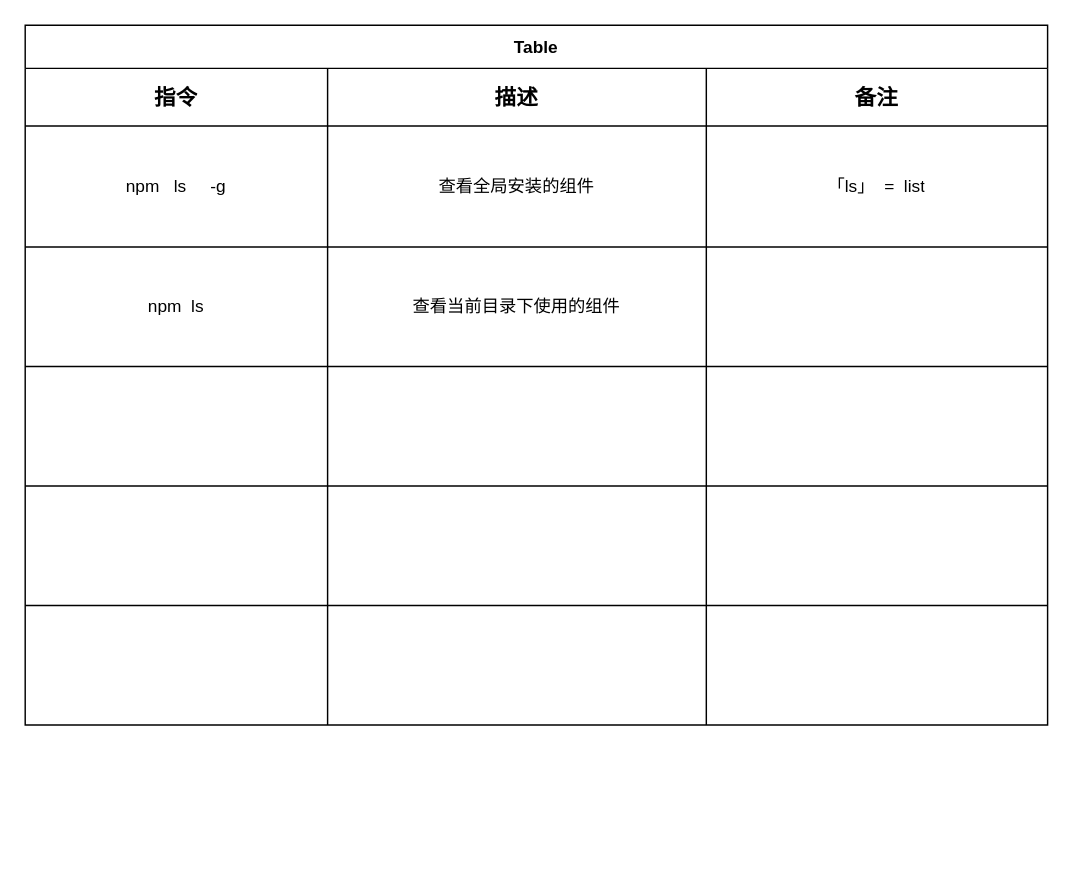
Before: 常用工具指令.drawio in ljq199612/diagram, a draw.io diagram. Source tidied: cells renumbered, new cells numbered last; positions are measured from the earlier drawing's top-left corner, leaving out a move shared by most shapes. Both pictures are drawn from the tidied source at 144%, with x=0, y=0 at pixel (24, 24).
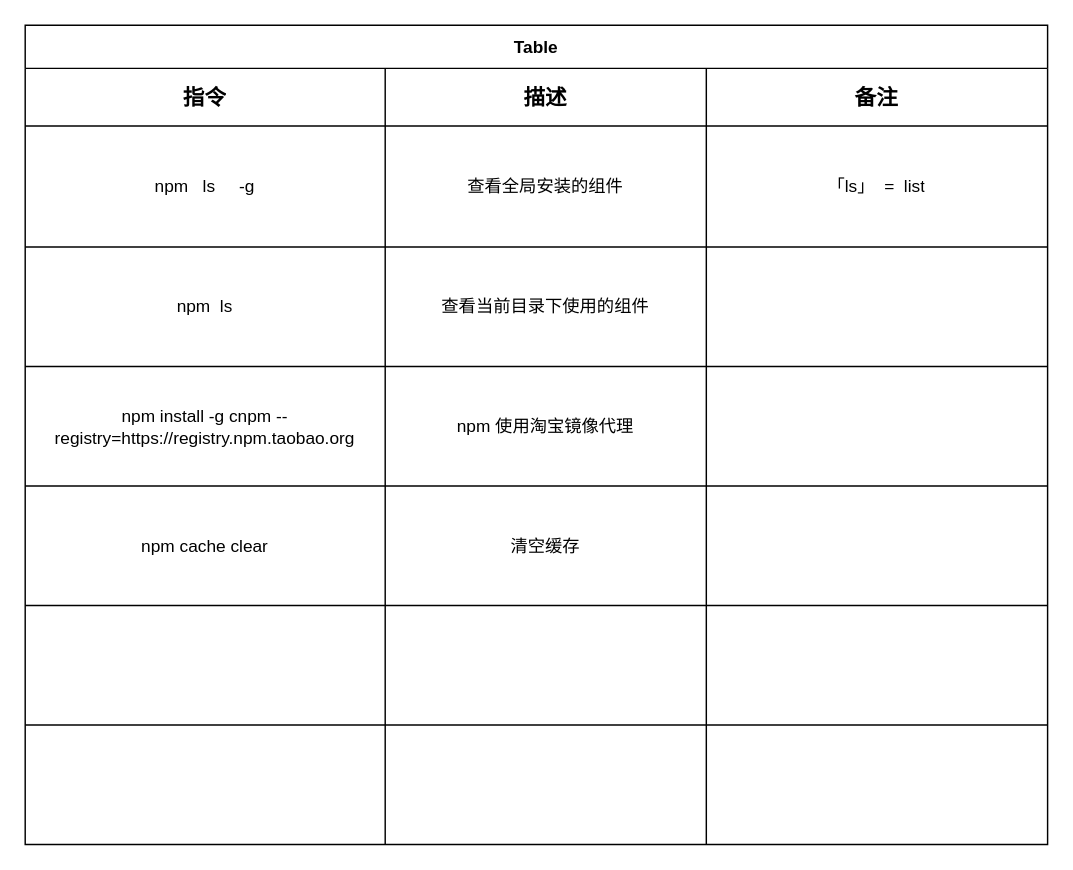
Above is the later version.

Commit message (it also covers changes not shown here):
更新常用工具指令.drawio

The change refers to these unchanged cells:
```xml
<mxCell id="3" style="shape=tableRow;horizontal=0;startSize=0;swimlaneHead=0;swimlaneBody=0;top=0;left=0;bottom=0;right=0;fillColor=none;fontStyle=0;" parent="2" vertex="1">
  <mxGeometry y="30" width="710" height="40" as="geometry" />
</mxCell>
<mxCell id="7" style="shape=tableRow;horizontal=0;startSize=0;swimlaneHead=0;swimlaneBody=0;top=0;left=0;bottom=0;right=0;fillColor=none;" parent="2" vertex="1">
  <mxGeometry y="70" width="710" height="84" as="geometry" />
</mxCell>
<mxCell id="11" style="shape=tableRow;horizontal=0;startSize=0;swimlaneHead=0;swimlaneBody=0;top=0;left=0;bottom=0;right=0;fillColor=none;" parent="2" vertex="1">
  <mxGeometry y="154" width="710" height="83" as="geometry" />
</mxCell>
<mxCell id="19" style="shape=tableRow;horizontal=0;startSize=0;swimlaneHead=0;swimlaneBody=0;top=0;left=0;bottom=0;right=0;fillColor=none;" parent="2" vertex="1">
  <mxGeometry y="320" width="710" height="83" as="geometry" />
</mxCell>
```

Change to the diagram source:
```diff
@@
     <mxCell id="2" value="Table" style="shape=table;startSize=30;childLayout=tableLayout;fontStyle=1;align=center;" parent="1" vertex="1">
-      <mxGeometry width="710" height="486" as="geometry" />
+      <mxGeometry width="710" height="569" as="geometry" />
     </mxCell>
@@
     <mxCell id="4" value="指令" style="shape=partialRectangle;html=1;whiteSpace=wrap;fillColor=none;top=0;left=0;bottom=0;right=0;overflow=hidden;fontStyle=1;fontSize=15;fontFamily=Times New Roman;" parent="3" vertex="1">
-      <mxGeometry width="210" height="40" as="geometry" />
+      <mxGeometry width="250" height="40" as="geometry" />
     </mxCell>
     <mxCell id="5" value="描述" style="shape=partialRectangle;html=1;whiteSpace=wrap;fillColor=none;top=0;left=0;bottom=0;right=0;overflow=hidden;fontStyle=1;fontSize=15;fontFamily=Times New Roman;" parent="3" vertex="1">
-      <mxGeometry x="210" width="263" height="40" as="geometry" />
+      <mxGeometry x="250" width="223" height="40" as="geometry" />
     </mxCell>
@@
     <mxCell id="8" value="npm&amp;nbsp;&amp;nbsp; ls &amp;nbsp; &amp;nbsp; -g" style="shape=partialRectangle;html=1;whiteSpace=wrap;fillColor=none;top=0;left=0;bottom=0;right=0;overflow=hidden;" parent="7" vertex="1">
-      <mxGeometry width="210" height="84" as="geometry" />
+      <mxGeometry width="250" height="84" as="geometry" />
     </mxCell>
     <mxCell id="9" value="查看全局安装的组件" style="shape=partialRectangle;html=1;whiteSpace=wrap;fillColor=none;top=0;left=0;bottom=0;right=0;overflow=hidden;" parent="7" vertex="1">
-      <mxGeometry x="210" width="263" height="84" as="geometry" />
+      <mxGeometry x="250" width="223" height="84" as="geometry" />
     </mxCell>
@@
     <mxCell id="12" value="npm&amp;nbsp; ls" style="shape=partialRectangle;html=1;whiteSpace=wrap;fillColor=none;top=0;left=0;bottom=0;right=0;overflow=hidden;" parent="11" vertex="1">
-      <mxGeometry width="210" height="83" as="geometry" />
+      <mxGeometry width="250" height="83" as="geometry" />
     </mxCell>
     <mxCell id="13" value="查看当前目录下使用的组件" style="shape=partialRectangle;html=1;whiteSpace=wrap;fillColor=none;top=0;left=0;bottom=0;right=0;overflow=hidden;" parent="11" vertex="1">
-      <mxGeometry x="210" width="263" height="83" as="geometry" />
+      <mxGeometry x="250" width="223" height="83" as="geometry" />
     </mxCell>
@@
-    <mxCell id="15" style="shape=tableRow;horizontal=0;startSize=0;swimlaneHead=0;swimlaneBody=0;top=0;left=0;bottom=0;right=0;fillColor=none;" parent="2" vertex="1">
-      <mxGeometry y="237" width="710" height="83" as="geometry" />
-    </mxCell>
-    <mxCell id="16" style="shape=partialRectangle;html=1;whiteSpace=wrap;fillColor=none;top=0;left=0;bottom=0;right=0;overflow=hidden;labelBorderColor=default;" parent="15" vertex="1">
-      <mxGeometry width="210" height="83" as="geometry" />
-    </mxCell>
-    <mxCell id="17" style="shape=partialRectangle;html=1;whiteSpace=wrap;fillColor=none;top=0;left=0;bottom=0;right=0;overflow=hidden;labelBorderColor=default;" parent="15" vertex="1">
-      <mxGeometry x="210" width="263" height="83" as="geometry" />
-    </mxCell>
-    <mxCell id="18" style="shape=partialRectangle;html=1;whiteSpace=wrap;fillColor=none;top=0;left=0;bottom=0;right=0;overflow=hidden;labelBorderColor=default;" parent="15" vertex="1">
-      <mxGeometry x="473" width="237" height="83" as="geometry" />
-    </mxCell>
+    <mxCell id="23" style="shape=tableRow;horizontal=0;startSize=0;swimlaneHead=0;swimlaneBody=0;top=0;left=0;bottom=0;right=0;fillColor=none;" parent="2" vertex="1">
+      <mxGeometry y="237" width="710" height="83" as="geometry" />
+    </mxCell>
+    <mxCell id="24" value="npm install -g cnpm --registry=https://registry.npm.taobao.org" style="shape=partialRectangle;html=1;whiteSpace=wrap;fillColor=none;top=0;left=0;bottom=0;right=0;overflow=hidden;" parent="23" vertex="1">
+      <mxGeometry width="250" height="83" as="geometry" />
+    </mxCell>
+    <mxCell id="25" value="npm 使用淘宝镜像代理" style="shape=partialRectangle;html=1;whiteSpace=wrap;fillColor=none;top=0;left=0;bottom=0;right=0;overflow=hidden;" parent="23" vertex="1">
+      <mxGeometry x="250" width="223" height="83" as="geometry" />
+    </mxCell>
+    <mxCell id="26" style="shape=partialRectangle;html=1;whiteSpace=wrap;fillColor=none;top=0;left=0;bottom=0;right=0;overflow=hidden;" parent="23" vertex="1">
+      <mxGeometry x="473" width="237" height="83" as="geometry" />
+    </mxCell>
@@
-    <mxCell id="20" style="shape=partialRectangle;html=1;whiteSpace=wrap;fillColor=none;top=0;left=0;bottom=0;right=0;overflow=hidden;" parent="19" vertex="1">
-      <mxGeometry width="210" height="83" as="geometry" />
+    <mxCell id="20" value="npm cache clear" style="shape=partialRectangle;html=1;whiteSpace=wrap;fillColor=none;top=0;left=0;bottom=0;right=0;overflow=hidden;" parent="19" vertex="1">
+      <mxGeometry width="250" height="83" as="geometry" />
     </mxCell>
-    <mxCell id="21" style="shape=partialRectangle;html=1;whiteSpace=wrap;fillColor=none;top=0;left=0;bottom=0;right=0;overflow=hidden;" parent="19" vertex="1">
-      <mxGeometry x="210" width="263" height="83" as="geometry" />
+    <mxCell id="21" value="清空缓存" style="shape=partialRectangle;html=1;whiteSpace=wrap;fillColor=none;top=0;left=0;bottom=0;right=0;overflow=hidden;" parent="19" vertex="1">
+      <mxGeometry x="250" width="223" height="83" as="geometry" />
     </mxCell>
@@
-    <mxCell id="23" style="shape=tableRow;horizontal=0;startSize=0;swimlaneHead=0;swimlaneBody=0;top=0;left=0;bottom=0;right=0;fillColor=none;" parent="2" vertex="1">
-      <mxGeometry y="403" width="710" height="83" as="geometry" />
-    </mxCell>
-    <mxCell id="24" style="shape=partialRectangle;html=1;whiteSpace=wrap;fillColor=none;top=0;left=0;bottom=0;right=0;overflow=hidden;" parent="23" vertex="1">
-      <mxGeometry width="210" height="83" as="geometry" />
-    </mxCell>
-    <mxCell id="25" style="shape=partialRectangle;html=1;whiteSpace=wrap;fillColor=none;top=0;left=0;bottom=0;right=0;overflow=hidden;" parent="23" vertex="1">
-      <mxGeometry x="210" width="263" height="83" as="geometry" />
-    </mxCell>
-    <mxCell id="26" style="shape=partialRectangle;html=1;whiteSpace=wrap;fillColor=none;top=0;left=0;bottom=0;right=0;overflow=hidden;" parent="23" vertex="1">
-      <mxGeometry x="473" width="237" height="83" as="geometry" />
-    </mxCell>
+    <mxCell id="27" style="shape=tableRow;horizontal=0;startSize=0;swimlaneHead=0;swimlaneBody=0;top=0;left=0;bottom=0;right=0;fillColor=none;" parent="2" vertex="1">
+      <mxGeometry y="403" width="710" height="83" as="geometry" />
+    </mxCell>
+    <mxCell id="28" style="shape=partialRectangle;html=1;whiteSpace=wrap;fillColor=none;top=0;left=0;bottom=0;right=0;overflow=hidden;" parent="27" vertex="1">
+      <mxGeometry width="250" height="83" as="geometry" />
+    </mxCell>
+    <mxCell id="29" style="shape=partialRectangle;html=1;whiteSpace=wrap;fillColor=none;top=0;left=0;bottom=0;right=0;overflow=hidden;" parent="27" vertex="1">
+      <mxGeometry x="250" width="223" height="83" as="geometry" />
+    </mxCell>
+    <mxCell id="30" style="shape=partialRectangle;html=1;whiteSpace=wrap;fillColor=none;top=0;left=0;bottom=0;right=0;overflow=hidden;" parent="27" vertex="1">
+      <mxGeometry x="473" width="237" height="83" as="geometry" />
+    </mxCell>
+    <mxCell id="31" style="shape=tableRow;horizontal=0;startSize=0;swimlaneHead=0;swimlaneBody=0;top=0;left=0;bottom=0;right=0;fillColor=none;" parent="2" vertex="1">
+      <mxGeometry y="486" width="710" height="83" as="geometry" />
+    </mxCell>
+    <mxCell id="32" style="shape=partialRectangle;html=1;whiteSpace=wrap;fillColor=none;top=0;left=0;bottom=0;right=0;overflow=hidden;" parent="31" vertex="1">
+      <mxGeometry width="250" height="83" as="geometry" />
+    </mxCell>
+    <mxCell id="33" style="shape=partialRectangle;html=1;whiteSpace=wrap;fillColor=none;top=0;left=0;bottom=0;right=0;overflow=hidden;" parent="31" vertex="1">
+      <mxGeometry x="250" width="223" height="83" as="geometry" />
+    </mxCell>
+    <mxCell id="34" style="shape=partialRectangle;html=1;whiteSpace=wrap;fillColor=none;top=0;left=0;bottom=0;right=0;overflow=hidden;" parent="31" vertex="1">
+      <mxGeometry x="473" width="237" height="83" as="geometry" />
+    </mxCell>
```
